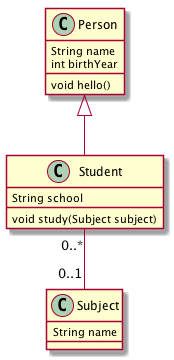
The PlantUML diagram assets/images/uml/oop/practice3_001.png in lyhcode/oosad, before a commit.
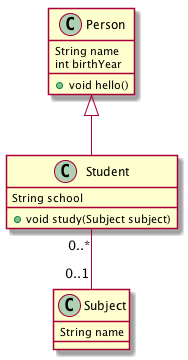
The same diagram one commit later.

Change to the diagram source:
```diff
@@ -2,12 +2,12 @@
 Class Person {
     String name
     int birthYear
-    void hello()
+    + void hello()
 }
 
 Class Student {
     String school
-    void study(Subject subject)
+    + void study(Subject subject)
 }
 
 Class Subject {
```
